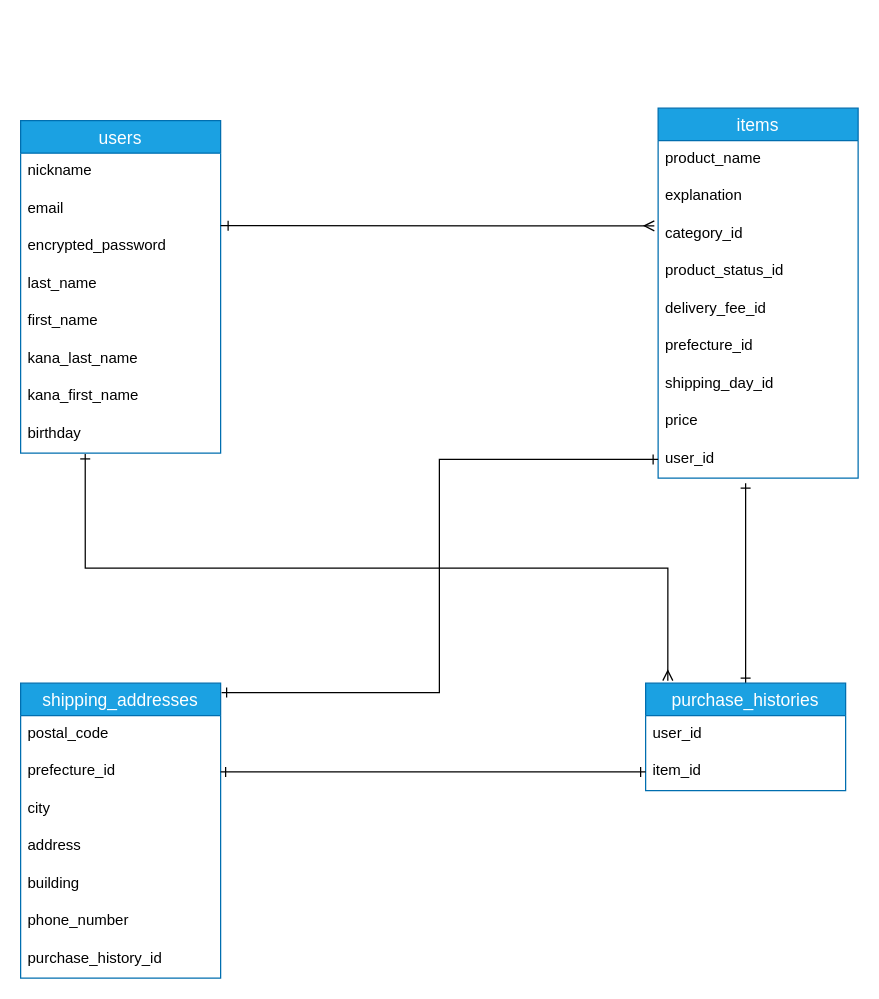
Before: er.dio in takeprog/furima-35065, a draw.io diagram. Source tidied: cells renumbered, new cells numbered last; positions are measured from the earlier drawing's top-left corner, leaving out a move shared by most shapes. Both pictures are drawn from the tidied source at 125%, with x=0, y=0 at pixel (20, 108).
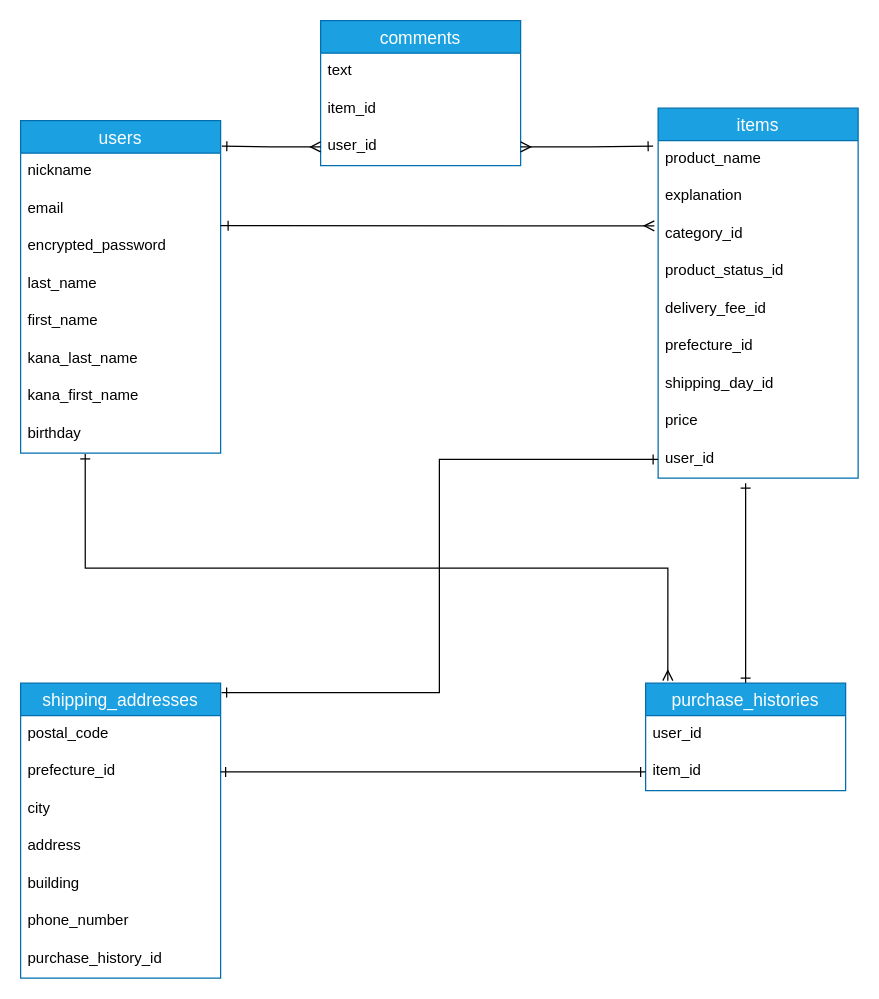
Above is the later version.

Unchanged cells that the change refers to:
```xml
<mxCell id="2" value="users" style="swimlane;fontStyle=0;horizontal=1;startSize=26;align=center;fontSize=14;fillColor=#1ba1e2;strokeColor=#006EAF;fontColor=#ffffff;" parent="1" vertex="1">
  <mxGeometry y="10" width="160" height="266" as="geometry" />
</mxCell>
<mxCell id="12" value="product_name" style="text;strokeColor=none;fillColor=none;spacingLeft=4;spacingRight=4;overflow=hidden;points=[[0,0.5],[1,0.5]];portConstraint=eastwest;fontSize=12;" parent="11" vertex="1">
  <mxGeometry y="26" width="160" height="30" as="geometry" />
</mxCell>
```

What changed in the source:
```diff
@@
+    <mxCell id="37" value="comments" style="swimlane;fontStyle=0;horizontal=1;startSize=26;align=center;fontSize=14;fillColor=#1ba1e2;strokeColor=#006EAF;fontColor=#ffffff;" parent="1" vertex="1">
+      <mxGeometry x="240" y="-70" width="160" height="116" as="geometry" />
+    </mxCell>
+    <mxCell id="38" value="text" style="text;strokeColor=none;fillColor=none;spacingLeft=4;spacingRight=4;overflow=hidden;fontSize=12;" parent="37" vertex="1">
+      <mxGeometry y="26" width="160" height="30" as="geometry" />
+    </mxCell>
+    <mxCell id="39" value="item_id" style="text;strokeColor=none;fillColor=none;spacingLeft=4;spacingRight=4;overflow=hidden;fontSize=12;" parent="37" vertex="1">
+      <mxGeometry y="56" width="160" height="30" as="geometry" />
+    </mxCell>
+    <mxCell id="40" value="user_id" style="text;strokeColor=none;fillColor=none;spacingLeft=4;spacingRight=4;overflow=hidden;points=[[0,0.5],[1,0.5]];portConstraint=eastwest;fontSize=12;" parent="37" vertex="1">
+      <mxGeometry y="86" width="160" height="30" as="geometry" />
+    </mxCell>
+    <mxCell id="41" style="edgeStyle=orthogonalEdgeStyle;rounded=0;jettySize=auto;html=1;exitX=1;exitY=0.5;exitDx=0;exitDy=0;entryX=-0.025;entryY=0.146;entryDx=0;entryDy=0;entryPerimeter=0;startArrow=ERmany;startFill=0;endArrow=ERone;endFill=0;" parent="1" edge="1" source="40" target="12">
+      <mxGeometry relative="1" as="geometry" />
+    </mxCell>
+    <mxCell id="42" style="edgeStyle=orthogonalEdgeStyle;rounded=0;jettySize=auto;html=1;exitX=0;exitY=0.5;exitDx=0;exitDy=0;entryX=1.006;entryY=0.077;entryDx=0;entryDy=0;entryPerimeter=0;startArrow=ERmany;startFill=0;endArrow=ERone;endFill=0;" parent="1" edge="1" source="40" target="2">
+      <mxGeometry relative="1" as="geometry" />
+    </mxCell>
```
